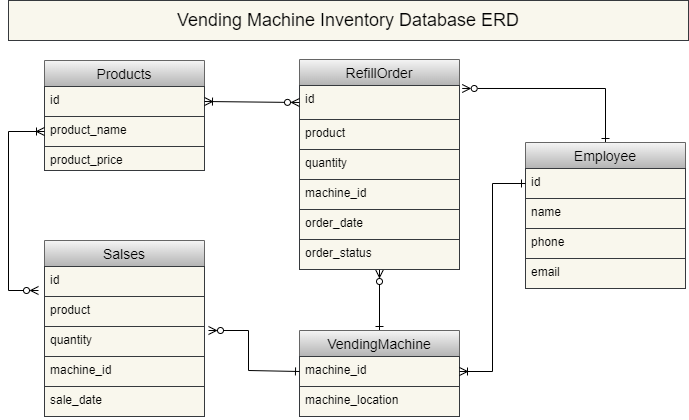
Before: VendingMachine-Page-4.drawio.png, a diagram exported from draw.io (FengyanTina/vendingMsh). Source tidied: cells renumbered, new cells last; positions are measured from the earlier drawing's top-left corner, leaving out a move shared by most shapes.
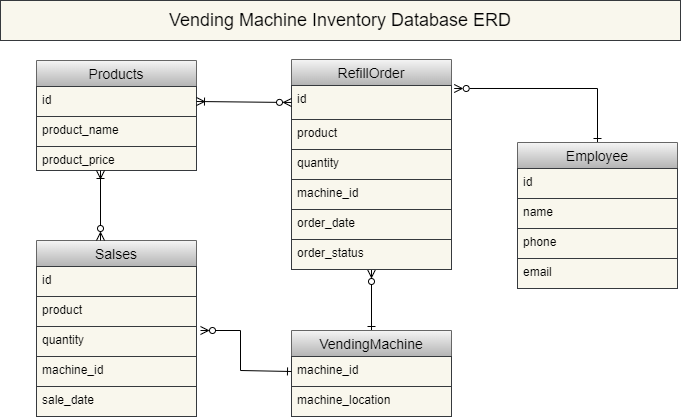
Above is the later version.

Commit message:
detail changes in ERD

Diff of the diagram source:
```diff
@@ -65,13 +65,9 @@
     <mxCell id="22" value="sale_date" style="text;spacingLeft=4;spacingRight=4;overflow=hidden;fontSize=12;fillColor=#f9f7ed;strokeColor=#36393d;" parent="17" vertex="1">
       <mxGeometry y="146" width="160" height="30" as="geometry" />
     </mxCell>
-    <mxCell id="23" style="edgeStyle=orthogonalEdgeStyle;rounded=0;jettySize=auto;html=1;startArrow=ERoneToMany;startFill=0;endArrow=ERzeroToMany;endFill=0;" parent="1" edge="1" source="4">
+    <mxCell id="23" style="rounded=0;jettySize=auto;html=1;startArrow=ERoneToMany;startFill=0;endArrow=ERzeroToMany;endFill=0;entryX=0.4;entryY=0;entryDx=0;entryDy=0;entryPerimeter=0;" parent="1" edge="1" target="17">
       <mxGeometry relative="1" as="geometry">
-        <mxPoint x="30" y="290" as="targetPoint" />
-        <Array as="points">
-          <mxPoint y="131" />
-          <mxPoint y="290" />
-        </Array>
+        <mxPoint x="100" y="170" as="sourcePoint" />
       </mxGeometry>
     </mxCell>
     <mxCell id="24" style="edgeStyle=none;rounded=0;jettySize=auto;html=1;exitX=1;exitY=0.5;exitDx=0;exitDy=0;startArrow=ERoneToMany;startFill=0;endArrow=ERzeroToMany;endFill=0;entryX=0;entryY=0.5;entryDx=0;entryDy=0;" parent="1" edge="1" source="3" target="11">
@@ -104,9 +100,6 @@
     <mxCell id="31" value="email" style="text;spacingLeft=4;spacingRight=4;overflow=hidden;fontSize=12;fillColor=#f9f7ed;strokeColor=#36393d;" parent="27" vertex="1">
       <mxGeometry y="116" width="160" height="30" as="geometry" />
     </mxCell>
-    <mxCell id="32" style="edgeStyle=orthogonalEdgeStyle;rounded=0;jettySize=auto;html=1;exitX=0;exitY=0.5;exitDx=0;exitDy=0;startArrow=ERone;startFill=0;endArrow=ERoneToMany;endFill=0;" parent="1" edge="1" source="28" target="8">
-      <mxGeometry relative="1" as="geometry" />
-    </mxCell>
     <mxCell id="33" value="&lt;font style=&quot;font-size: 18px;&quot;&gt;Vending Machine Inventory Database ERD&lt;/font&gt;" style="whiteSpace=wrap;html=1;fillColor=#f9f7ed;strokeColor=#36393d;" parent="1" vertex="1">
       <mxGeometry width="680" height="40" as="geometry" />
     </mxCell>
```
